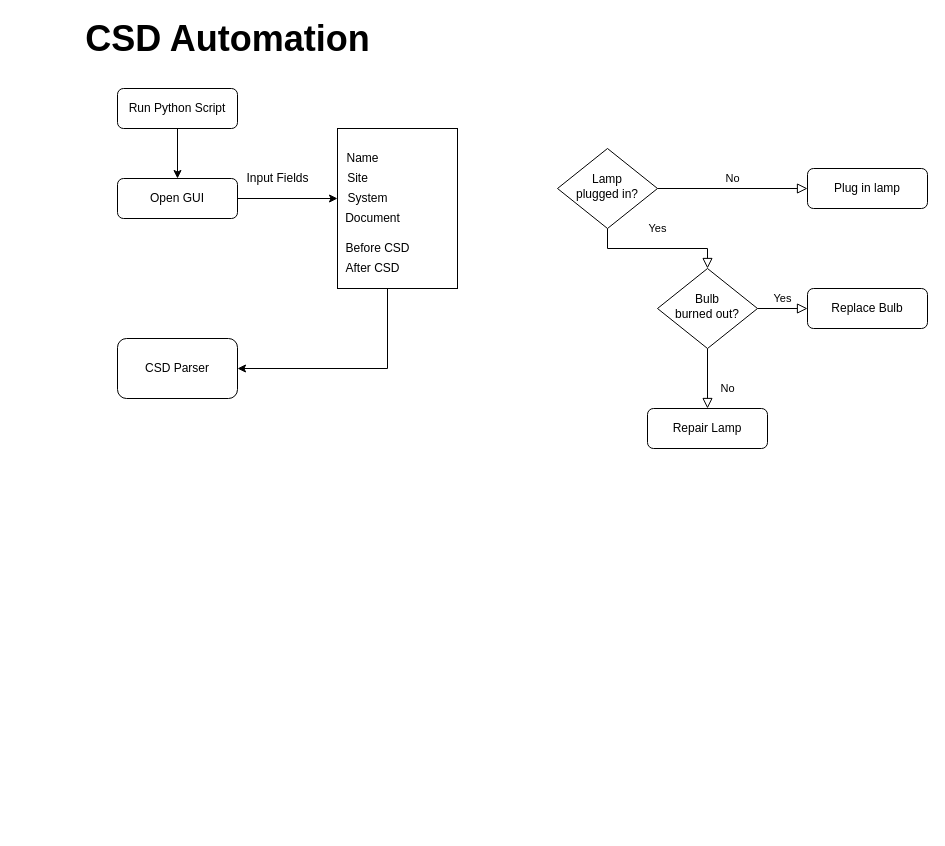
Before: Untitled Diagram.drawio in Danster3/AutoPaperWork, a draw.io diagram. Source tidied: cells renumbered, new cells numbered last; positions are measured from the earlier drawing's top-left corner, leaving out a move shared by most shapes. Both pictures are drawn from the tidied source at 100%, with x=0, y=0 at pixel (77, 23).
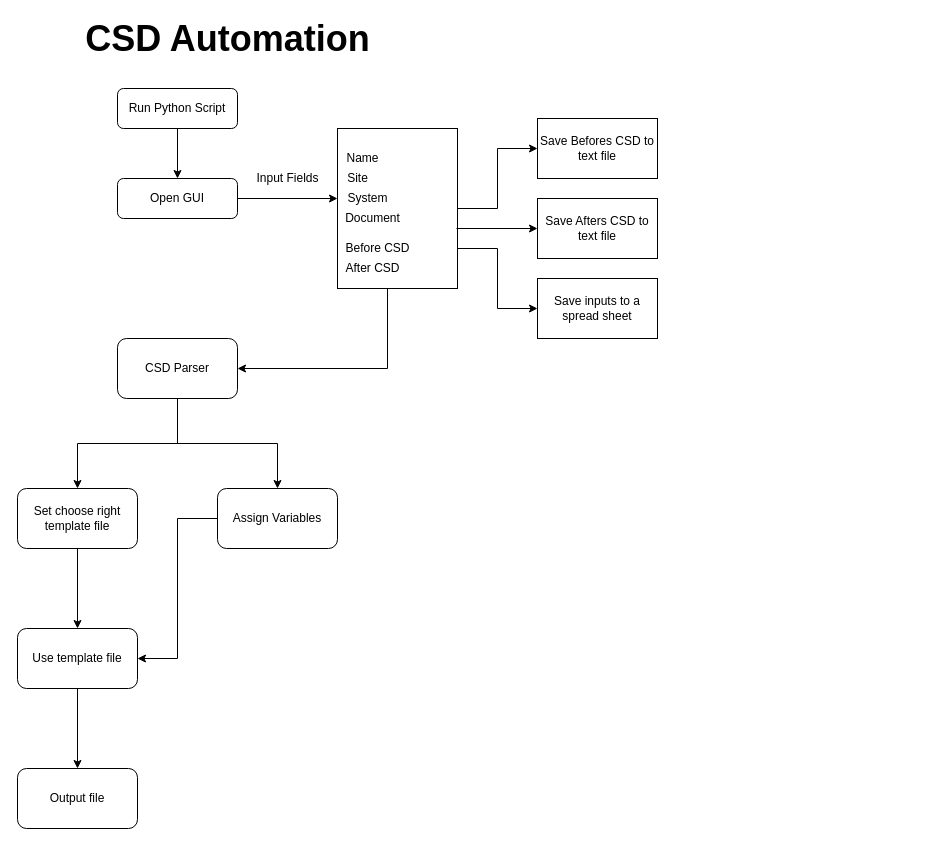
After the change.

Unchanged cells that the change refers to:
```xml
<mxCell id="17" style="rounded=0;whiteSpace=wrap;html=1;" parent="1" vertex="1">
  <mxGeometry x="260" y="105" width="120" height="160" as="geometry" />
</mxCell>
<mxCell id="25" value="CSD Parser" style="rounded=1;whiteSpace=wrap;html=1;" parent="1" vertex="1">
  <mxGeometry x="40" y="315" width="120" height="60" as="geometry" />
</mxCell>
```

What changed in the source:
```diff
@@
-    <mxCell id="4" value="Yes" style="rounded=0;html=1;jettySize=auto;fontSize=11;endArrow=block;endFill=0;endSize=8;strokeWidth=1;shadow=0;labelBackgroundColor=none;edgeStyle=orthogonalEdgeStyle;" parent="1" edge="1" source="6" target="10">
-      <mxGeometry y="20" relative="1" as="geometry" />
-    </mxCell>
-    <mxCell id="5" value="No" style="edgeStyle=orthogonalEdgeStyle;rounded=0;html=1;jettySize=auto;fontSize=11;endArrow=block;endFill=0;endSize=8;strokeWidth=1;shadow=0;labelBackgroundColor=none;" parent="1" edge="1" source="6" target="7">
-      <mxGeometry y="10" relative="1" as="geometry" />
-    </mxCell>
-    <mxCell id="6" value="Lamp&lt;br&gt;plugged in?" style="rhombus;whiteSpace=wrap;html=1;shadow=0;fontFamily=Helvetica;fontSize=12;align=center;strokeWidth=1;spacing=6;spacingTop=-4;" parent="1" vertex="1">
-      <mxGeometry x="480" y="125" width="100" height="80" as="geometry" />
-    </mxCell>
-    <mxCell id="7" value="Plug in lamp" style="rounded=1;whiteSpace=wrap;html=1;fontSize=12;glass=0;strokeWidth=1;shadow=0;" parent="1" vertex="1">
-      <mxGeometry x="730" y="145" width="120" height="40" as="geometry" />
-    </mxCell>
-    <mxCell id="8" value="No" style="rounded=0;html=1;jettySize=auto;fontSize=11;endArrow=block;endFill=0;endSize=8;strokeWidth=1;shadow=0;labelBackgroundColor=none;edgeStyle=orthogonalEdgeStyle;" parent="1" edge="1" source="10" target="11">
-      <mxGeometry x="0.33" y="20" relative="1" as="geometry" />
-    </mxCell>
-    <mxCell id="9" value="Yes" style="edgeStyle=orthogonalEdgeStyle;rounded=0;html=1;jettySize=auto;fontSize=11;endArrow=block;endFill=0;endSize=8;strokeWidth=1;shadow=0;labelBackgroundColor=none;" parent="1" edge="1" source="10" target="12">
-      <mxGeometry y="10" relative="1" as="geometry" />
-    </mxCell>
-    <mxCell id="10" value="Bulb&lt;br&gt;burned out?" style="rhombus;whiteSpace=wrap;html=1;shadow=0;fontFamily=Helvetica;fontSize=12;align=center;strokeWidth=1;spacing=6;spacingTop=-4;" parent="1" vertex="1">
-      <mxGeometry x="580" y="245" width="100" height="80" as="geometry" />
-    </mxCell>
-    <mxCell id="11" value="Repair Lamp" style="rounded=1;whiteSpace=wrap;html=1;fontSize=12;glass=0;strokeWidth=1;shadow=0;" parent="1" vertex="1">
-      <mxGeometry x="570" y="385" width="120" height="40" as="geometry" />
-    </mxCell>
-    <mxCell id="12" value="Replace Bulb" style="rounded=1;whiteSpace=wrap;html=1;fontSize=12;glass=0;strokeWidth=1;shadow=0;" parent="1" vertex="1">
-      <mxGeometry x="730" y="265" width="120" height="40" as="geometry" />
-    </mxCell>
@@
+    <mxCell id="26" style="edgeStyle=orthogonalEdgeStyle;rounded=0;jettySize=auto;html=1;" parent="1" edge="1" source="17" target="31">
+      <mxGeometry relative="1" as="geometry" />
+    </mxCell>
@@
     <mxCell id="24" value="Input Fields" style="text;html=1;align=center;verticalAlign=middle;strokeColor=none;" parent="1" vertex="1">
-      <mxGeometry x="160" y="145" width="80" height="20" as="geometry" />
+      <mxGeometry x="170" y="145" width="80" height="20" as="geometry" />
     </mxCell>
+    <mxCell id="27" style="edgeStyle=orthogonalEdgeStyle;rounded=0;jettySize=auto;html=1;" parent="1" edge="1" source="25" target="30">
+      <mxGeometry relative="1" as="geometry" />
+    </mxCell>
+    <mxCell id="28" style="edgeStyle=orthogonalEdgeStyle;rounded=0;jettySize=auto;html=1;" parent="1" edge="1" source="25" target="37">
+      <mxGeometry relative="1" as="geometry" />
+    </mxCell>
@@
+    <mxCell id="29" style="edgeStyle=orthogonalEdgeStyle;rounded=0;jettySize=auto;html=1;entryX=1;entryY=0.5;entryDx=0;entryDy=0;" parent="1" edge="1" source="30" target="39">
+      <mxGeometry relative="1" as="geometry" />
+    </mxCell>
+    <mxCell id="30" value="Assign Variables" style="rounded=1;whiteSpace=wrap;html=1;" parent="1" vertex="1">
+      <mxGeometry x="140" y="465" width="120" height="60" as="geometry" />
+    </mxCell>
+    <mxCell id="31" value="Save Befores CSD to text file" style="whiteSpace=wrap;html=1;rounded=0;" parent="1" vertex="1">
+      <mxGeometry x="460" y="95" width="120" height="60" as="geometry" />
+    </mxCell>
+    <mxCell id="32" value="Save Afters CSD to text file" style="whiteSpace=wrap;html=1;rounded=0;" parent="1" vertex="1">
+      <mxGeometry x="460" y="175" width="120" height="60" as="geometry" />
+    </mxCell>
+    <mxCell id="33" style="endArrow=classic;html=1;entryX=0;entryY=0.5;entryDx=0;entryDy=0;" parent="1" edge="1" target="32">
+      <mxGeometry relative="1" as="geometry">
+        <mxPoint x="379" y="205" as="sourcePoint" />
+      </mxGeometry>
+    </mxCell>
+    <mxCell id="34" value="Save inputs to a spread sheet" style="whiteSpace=wrap;html=1;rounded=0;" parent="1" vertex="1">
+      <mxGeometry x="460" y="255" width="120" height="60" as="geometry" />
+    </mxCell>
+    <mxCell id="35" style="edgeStyle=orthogonalEdgeStyle;rounded=0;jettySize=auto;html=1;entryX=0;entryY=0.5;entryDx=0;entryDy=0;exitX=1;exitY=0.75;exitDx=0;exitDy=0;" parent="1" edge="1" source="17" target="34">
+      <mxGeometry relative="1" as="geometry" />
+    </mxCell>
+    <mxCell id="36" style="edgeStyle=orthogonalEdgeStyle;rounded=0;jettySize=auto;html=1;" parent="1" edge="1" source="37" target="39">
+      <mxGeometry relative="1" as="geometry" />
+    </mxCell>
+    <mxCell id="37" value="Set choose right template file" style="rounded=1;whiteSpace=wrap;html=1;" parent="1" vertex="1">
+      <mxGeometry x="-60" y="465" width="120" height="60" as="geometry" />
+    </mxCell>
+    <mxCell id="38" style="edgeStyle=orthogonalEdgeStyle;rounded=0;jettySize=auto;html=1;" parent="1" edge="1" source="39" target="40">
+      <mxGeometry relative="1" as="geometry" />
+    </mxCell>
+    <mxCell id="39" value="Use template file" style="rounded=1;whiteSpace=wrap;html=1;" parent="1" vertex="1">
+      <mxGeometry x="-60" y="605" width="120" height="60" as="geometry" />
+    </mxCell>
+    <mxCell id="40" value="Output file" style="rounded=1;whiteSpace=wrap;html=1;" parent="1" vertex="1">
+      <mxGeometry x="-60" y="745" width="120" height="60" as="geometry" />
+    </mxCell>
```
